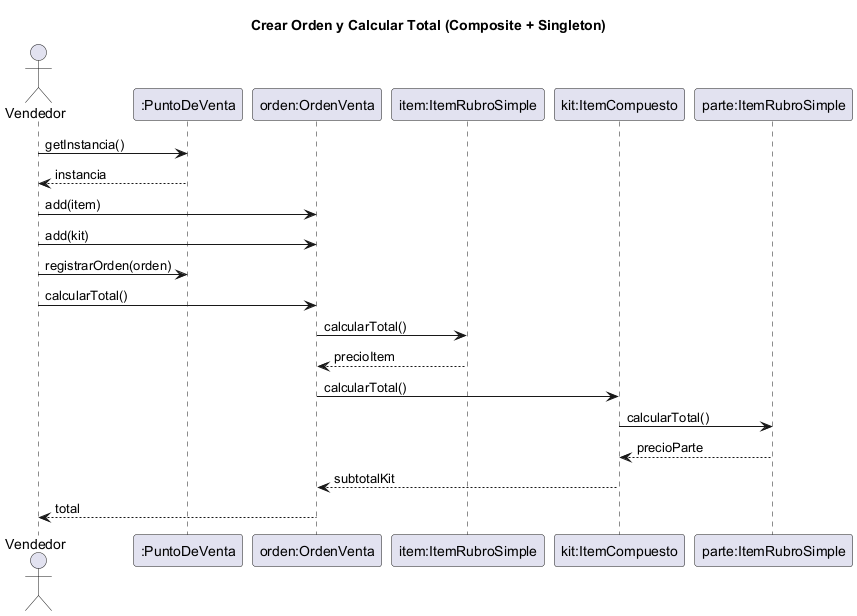
Earlier version of the PlantUML export docs/uml/VentaSimple-Seq-CalcularTotal.png (santivicente/Items).
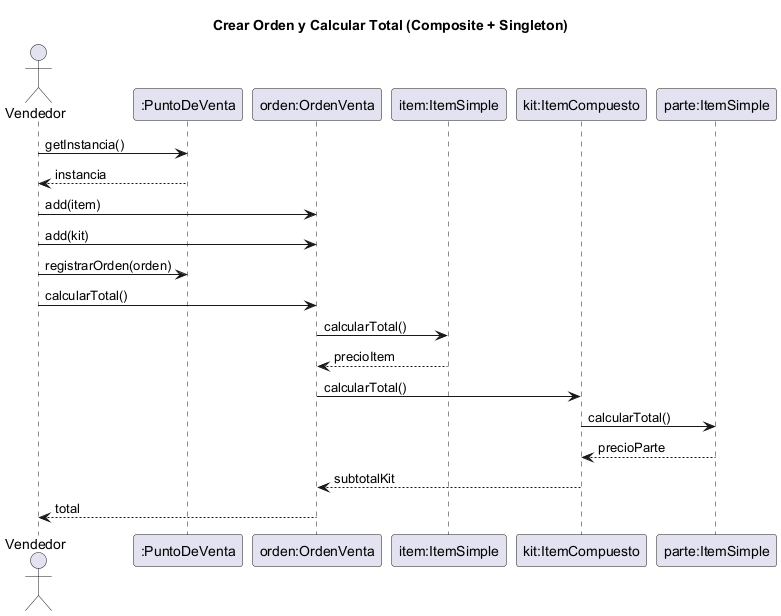
The same file after the commit.

Commit message:
refactor(uml): simplificar Composite segun feedback (ItemRubroSimple->ItemSimple; quitar PrecioProducto, Seguro y descuento por item)

What changed in the source:
```diff
@@ -3,9 +3,9 @@
 actor Vendedor
 participant ":PuntoDeVenta" as PV
 participant "orden:OrdenVenta" as O
-participant "item:ItemRubroSimple" as I
+participant "item:ItemSimple" as I
 participant "kit:ItemCompuesto" as K
-participant "parte:ItemRubroSimple" as P
+participant "parte:ItemSimple" as P
 
 Vendedor -> PV : getInstancia()
 PV --> Vendedor : instancia
```
